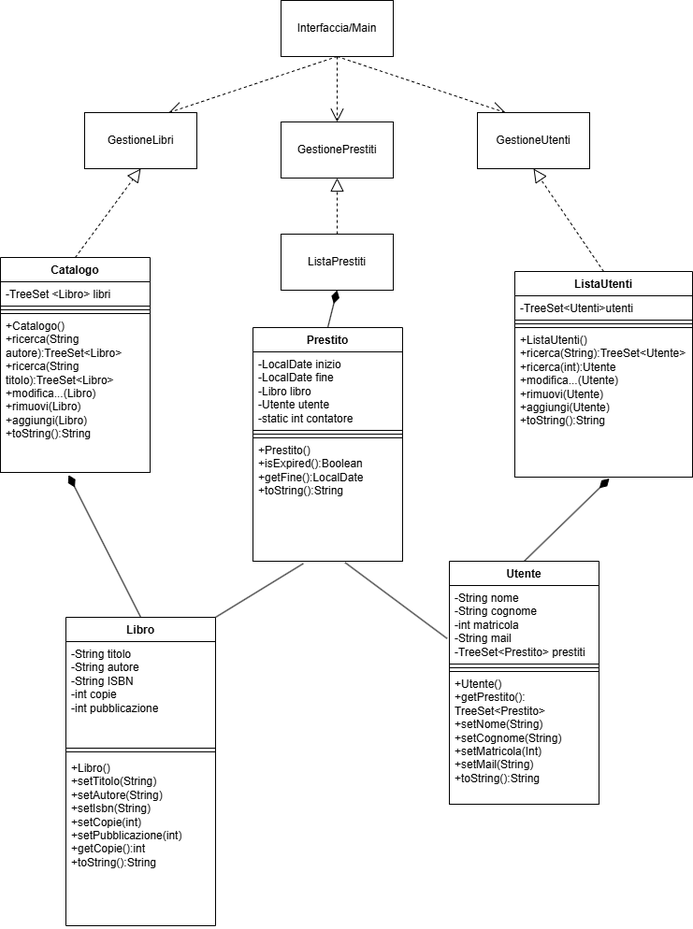
Above: Class_Diagram.drawio .png in doppiaaa/Progetto-Biblioteca-Ingegneria-del-Software (draw.io), before the change. Source tidied: cells renumbered, new cells last; positions are measured from the earlier drawing's top-left corner, leaving out a move shared by most shapes.
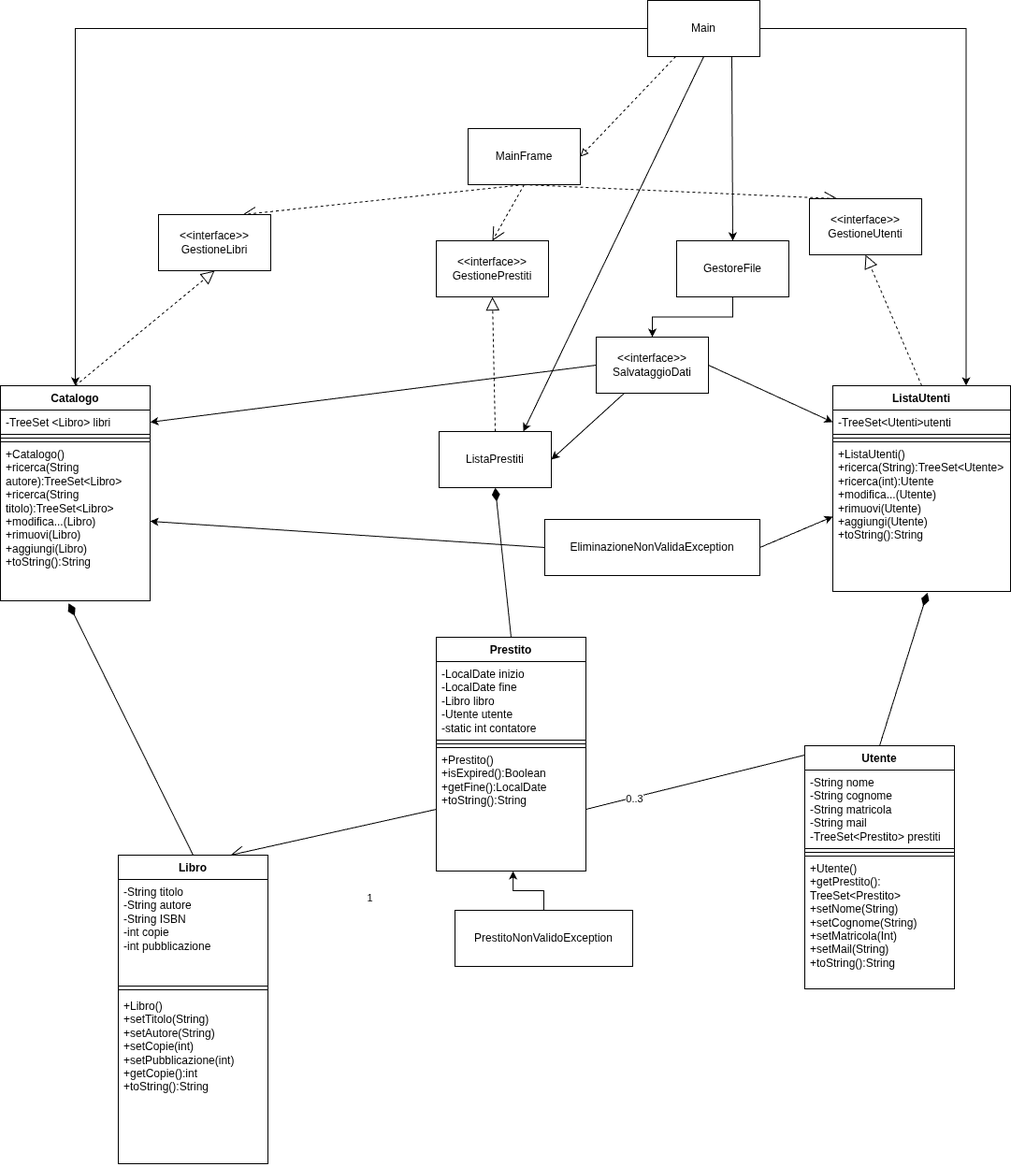
Later version of the same file.

Diff of the diagram source:
```diff
@@ -11,27 +11,42 @@
     <mxCell id="4" style="rounded=0;jettySize=auto;html=1;exitX=0.5;exitY=1;exitDx=0;exitDy=0;entryX=0.25;entryY=0;entryDx=0;entryDy=0;dashed=1;endArrow=open;endFill=0;endSize=12;fontColor=light-dark(#000000,#000000);strokeColor=light-dark(#000000,#000000);" parent="1" edge="1" source="5" target="8">
       <mxGeometry relative="1" as="geometry" />
     </mxCell>
-    <mxCell id="5" value="Interfaccia/Main" style="rounded=0;whiteSpace=wrap;html=1;fontColor=light-dark(#000000,#FFFFFF);strokeColor=light-dark(#000000,#000000);" parent="1" vertex="1">
+    <mxCell id="5" value="MainFrame" style="rounded=0;whiteSpace=wrap;html=1;fontColor=light-dark(#000000,#FFFFFF);strokeColor=light-dark(#000000,#000000);" parent="1" vertex="1">
       <mxGeometry x="300" width="120" height="60" as="geometry" />
     </mxCell>
-    <mxCell id="6" value="GestioneLibri" style="rounded=0;whiteSpace=wrap;html=1;fontColor=light-dark(#000000,#FFFFFF);labelBackgroundColor=default;strokeColor=light-dark(#000000,#000000);" parent="1" vertex="1">
-      <mxGeometry x="90" y="120" width="120" height="60" as="geometry" />
+    <mxCell id="6" value="&amp;lt;&amp;lt;interface&amp;gt;&amp;gt;&lt;div&gt;GestioneLibri&lt;/div&gt;" style="rounded=0;whiteSpace=wrap;html=1;fontColor=light-dark(#000000,#FFFFFF);labelBackgroundColor=default;strokeColor=light-dark(#000000,#000000);" parent="1" vertex="1">
+      <mxGeometry x="-31" y="92" width="120" height="60" as="geometry" />
     </mxCell>
-    <mxCell id="7" value="GestionePrestiti" style="rounded=0;whiteSpace=wrap;html=1;fontColor=light-dark(#000000,#FFFFFF);strokeColor=light-dark(#000000,#000000);" parent="1" vertex="1">
-      <mxGeometry x="300" y="130" width="120" height="60" as="geometry" />
+    <mxCell id="7" value="&amp;lt;&amp;lt;interface&amp;gt;&amp;gt;&lt;div&gt;GestionePrestiti&lt;/div&gt;" style="rounded=0;whiteSpace=wrap;html=1;fontColor=light-dark(#000000,#FFFFFF);strokeColor=light-dark(#000000,#000000);" parent="1" vertex="1">
+      <mxGeometry x="266" y="120" width="120" height="60" as="geometry" />
     </mxCell>
-    <mxCell id="8" value="GestioneUtenti" style="rounded=0;whiteSpace=wrap;html=1;fontColor=light-dark(#000000,#FFFFFF);strokeColor=light-dark(#000000,#000000);" parent="1" vertex="1">
-      <mxGeometry x="510" y="120" width="120" height="60" as="geometry" />
+    <mxCell id="8" value="&amp;lt;&amp;lt;interface&amp;gt;&amp;gt;&lt;div&gt;GestioneUtenti&lt;/div&gt;" style="rounded=0;whiteSpace=wrap;html=1;fontColor=light-dark(#000000,#FFFFFF);strokeColor=light-dark(#000000,#000000);" parent="1" vertex="1">
+      <mxGeometry x="665" y="75" width="120" height="60" as="geometry" />
     </mxCell>
-    <mxCell id="9" style="rounded=0;jettySize=auto;html=1;exitX=1;exitY=0;exitDx=0;exitDy=0;entryX=0.336;entryY=1.019;entryDx=0;entryDy=0;endArrow=none;endFill=0;strokeWidth=1;entryPerimeter=0;fontColor=light-dark(#000000,#000000);strokeColor=light-dark(#000000,#000000);" parent="1" edge="1" source="22" target="33">
+    <mxCell id="9" style="rounded=0;jettySize=auto;html=1;entryX=0.75;entryY=0;entryDx=0;entryDy=0;endArrow=open;endFill=0;strokeWidth=1;fontColor=light-dark(#000000,#000000);strokeColor=light-dark(#000000,#000000);endSize=12;exitX=0;exitY=0.5;exitDx=0;exitDy=0;" parent="1" edge="1" source="33" target="22">
       <mxGeometry relative="1" as="geometry" />
     </mxCell>
+    <mxCell id="38" value="1" style="edgeLabel;html=1;align=center;verticalAlign=middle;" parent="9" vertex="1">
+      <mxGeometry x="-0.7" relative="1" as="geometry">
+        <mxPoint x="-38" y="87" as="offset" />
+      </mxGeometry>
+    </mxCell>
     <mxCell id="10" style="rounded=0;jettySize=auto;html=1;exitX=0.5;exitY=0;exitDx=0;exitDy=0;entryX=0.455;entryY=1.016;entryDx=0;entryDy=0;endArrow=diamondThin;endFill=1;strokeWidth=1;endSize=12;entryPerimeter=0;fontColor=light-dark(#000000,#000000);strokeColor=light-dark(#000000,#000000);" parent="1" edge="1" source="22" target="29">
       <mxGeometry relative="1" as="geometry" />
     </mxCell>
-    <mxCell id="11" style="rounded=0;jettySize=auto;html=1;exitX=-0.015;exitY=0.675;exitDx=0;exitDy=0;entryX=0.616;entryY=1.011;entryDx=0;entryDy=0;endArrow=none;endFill=0;exitPerimeter=0;entryPerimeter=0;fontColor=light-dark(#000000,#000000);strokeColor=light-dark(#000000,#000000);" parent="1" edge="1" source="19" target="33">
+    <mxCell id="11" style="rounded=0;jettySize=auto;html=1;exitX=0.25;exitY=0;exitDx=0;exitDy=0;entryX=1;entryY=0.5;entryDx=0;entryDy=0;endArrow=none;endFill=0;fontColor=light-dark(#000000,#000000);strokeColor=light-dark(#000000,#000000);" parent="1" edge="1" source="18" target="33">
       <mxGeometry relative="1" as="geometry" />
     </mxCell>
+    <mxCell id="39" value="1" style="edgeLabel;html=1;align=center;verticalAlign=middle;" parent="11" vertex="1">
+      <mxGeometry x="-0.69" y="-2" relative="1" as="geometry">
+        <mxPoint x="8" y="-1" as="offset" />
+      </mxGeometry>
+    </mxCell>
+    <mxCell id="40" value="0..3" style="edgeLabel;html=1;align=center;verticalAlign=middle;" parent="11" vertex="1">
+      <mxGeometry x="0.73" y="-2" relative="1" as="geometry">
+        <mxPoint x="16" y="-1" as="offset" />
+      </mxGeometry>
+    </mxCell>
     <mxCell id="12" style="rounded=0;jettySize=auto;html=1;exitX=0.5;exitY=0;exitDx=0;exitDy=0;entryX=0.532;entryY=1.009;entryDx=0;entryDy=0;endArrow=diamondThin;endFill=1;endSize=12;entryPerimeter=0;fontColor=light-dark(#000000,#000000);strokeColor=light-dark(#000000,#000000);" parent="1" edge="1" source="18" target="37">
       <mxGeometry relative="1" as="geometry" />
     </mxCell>
@@ -48,12 +63,12 @@
       <mxGeometry relative="1" as="geometry" />
     </mxCell>
     <mxCell id="17" value="ListaPrestiti" style="rounded=0;whiteSpace=wrap;html=1;fontColor=light-dark(#000000,#FFFFFF);strokeColor=light-dark(#000000,#000000);" parent="1" vertex="1">
-      <mxGeometry x="300" y="250" width="120" height="60" as="geometry" />
+      <mxGeometry x="269" y="324" width="120" height="60" as="geometry" />
     </mxCell>
     <mxCell id="18" value="Utente" style="swimlane;fontStyle=1;align=center;verticalAlign=top;horizontal=1;startSize=26;whiteSpace=wrap;html=1;fontColor=light-dark(#000000,#FFFFFF);strokeColor=light-dark(#000000,#000000);" parent="1" vertex="1">
-      <mxGeometry x="480" y="600" width="160" height="260" as="geometry" />
+      <mxGeometry x="660" y="660" width="160" height="260" as="geometry" />
     </mxCell>
-    <mxCell id="19" value="-String nome&lt;div&gt;-String cognome&lt;/div&gt;&lt;div&gt;-int matricola&lt;/div&gt;&lt;div&gt;-String mail&lt;/div&gt;&lt;div&gt;-TreeSet&amp;lt;Prestito&amp;gt; prestiti&lt;/div&gt;&lt;div&gt;&lt;br&gt;&lt;/div&gt;" style="text;strokeColor=light-dark(#000000,#000000);fillColor=none;align=left;verticalAlign=top;spacingLeft=4;spacingRight=4;overflow=hidden;points=[[0,0.5],[1,0.5]];portConstraint=eastwest;whiteSpace=wrap;html=1;fontColor=light-dark(#000000,#000000);" parent="18" vertex="1">
+    <mxCell id="19" value="-String nome&lt;div&gt;-String cognome&lt;/div&gt;&lt;div&gt;-String matricola&lt;/div&gt;&lt;div&gt;-String mail&lt;/div&gt;&lt;div&gt;-TreeSet&amp;lt;Prestito&amp;gt; prestiti&lt;/div&gt;&lt;div&gt;&lt;br&gt;&lt;/div&gt;" style="text;strokeColor=light-dark(#000000,#000000);fillColor=none;align=left;verticalAlign=top;spacingLeft=4;spacingRight=4;overflow=hidden;points=[[0,0.5],[1,0.5]];portConstraint=eastwest;whiteSpace=wrap;html=1;fontColor=light-dark(#000000,#000000);" parent="18" vertex="1">
       <mxGeometry y="26" width="160" height="84" as="geometry" />
     </mxCell>
     <mxCell id="20" style="line;strokeWidth=1;fillColor=none;align=left;verticalAlign=middle;spacingTop=-1;spacingLeft=3;spacingRight=3;labelPosition=right;strokeColor=light-dark(#000000,#000000);fontColor=light-dark(#000000,#000000);" parent="18" vertex="1">
@@ -63,7 +78,7 @@
       <mxGeometry y="118" width="160" height="142" as="geometry" />
     </mxCell>
     <mxCell id="22" value="Libro" style="swimlane;fontStyle=1;align=center;verticalAlign=top;horizontal=1;startSize=26;whiteSpace=wrap;html=1;" parent="1" vertex="1">
-      <mxGeometry x="70" y="660" width="160" height="330" as="geometry" />
+      <mxGeometry x="-74" y="777" width="160" height="330" as="geometry" />
     </mxCell>
     <mxCell id="23" value="-String titolo&lt;div&gt;-String autore&lt;/div&gt;&lt;div&gt;-String ISBN&lt;/div&gt;&lt;div&gt;-int copie&lt;/div&gt;&lt;div&gt;-int pubblicazione&lt;/div&gt;&lt;div&gt;&lt;br&gt;&lt;/div&gt;" style="text;strokeColor=light-dark(#000000,#000000);fillColor=none;align=left;verticalAlign=top;spacingLeft=4;spacingRight=4;overflow=hidden;whiteSpace=wrap;html=1;fontColor=light-dark(#000000,#000000);" parent="22" vertex="1">
       <mxGeometry y="26" width="160" height="114" as="geometry" />
@@ -71,11 +86,11 @@
     <mxCell id="24" style="line;strokeWidth=1;fillColor=none;align=left;verticalAlign=middle;spacingTop=-1;spacingLeft=3;spacingRight=3;labelPosition=right;strokeColor=light-dark(#000000,#000000);fontColor=light-dark(#000000,#000000);" parent="22" vertex="1">
       <mxGeometry y="140" width="160" height="8" as="geometry" />
     </mxCell>
-    <mxCell id="25" value="+Libro()&lt;div&gt;+setTitolo(String)&lt;/div&gt;&lt;div&gt;+setAutore(String)&lt;/div&gt;&lt;div&gt;+setIsbn(String)&lt;br&gt;&lt;div&gt;+setCopie(int)&lt;/div&gt;&lt;div&gt;+setPubblicazione(int)&lt;/div&gt;&lt;/div&gt;&lt;div&gt;+getCopie():int&lt;/div&gt;&lt;div&gt;+toString():String&lt;/div&gt;" style="text;strokeColor=none;fillColor=none;align=left;verticalAlign=top;spacingLeft=4;spacingRight=4;overflow=hidden;whiteSpace=wrap;html=1;" parent="22" vertex="1">
+    <mxCell id="25" value="+Libro()&lt;div&gt;+setTitolo(String)&lt;/div&gt;&lt;div&gt;+setAutore(String)&lt;/div&gt;&lt;div&gt;&lt;div&gt;+setCopie(int)&lt;/div&gt;&lt;div&gt;+setPubblicazione(int)&lt;/div&gt;&lt;/div&gt;&lt;div&gt;+getCopie():int&lt;/div&gt;&lt;div&gt;+toString():String&lt;/div&gt;" style="text;align=left;verticalAlign=top;spacingLeft=4;spacingRight=4;overflow=hidden;whiteSpace=wrap;html=1;fontColor=light-dark(#000000,#000000);" parent="22" vertex="1">
       <mxGeometry y="148" width="160" height="182" as="geometry" />
     </mxCell>
     <mxCell id="26" value="Catalogo" style="swimlane;fontStyle=1;align=center;verticalAlign=top;horizontal=1;startSize=26;whiteSpace=wrap;html=1;fontColor=light-dark(#000000,#FFFFFF);strokeColor=light-dark(#000000,#000000);" parent="1" vertex="1">
-      <mxGeometry y="275" width="160" height="230" as="geometry" />
+      <mxGeometry x="-200" y="275" width="160" height="230" as="geometry" />
     </mxCell>
     <mxCell id="27" value="-TreeSet &amp;lt;Libro&amp;gt; libri" style="text;strokeColor=light-dark(#000000,#000000);fillColor=none;align=left;verticalAlign=top;spacingLeft=4;spacingRight=4;overflow=hidden;points=[[0,0.5],[1,0.5]];portConstraint=eastwest;whiteSpace=wrap;html=1;fontColor=light-dark(#000000,#000000);" parent="26" vertex="1">
       <mxGeometry y="26" width="160" height="26" as="geometry" />
@@ -87,7 +102,7 @@
       <mxGeometry y="60" width="160" height="170" as="geometry" />
     </mxCell>
     <mxCell id="30" value="Prestito" style="swimlane;fontStyle=1;align=center;verticalAlign=top;horizontal=1;startSize=26;whiteSpace=wrap;html=1;fontColor=light-dark(#000000,#FFFFFF);swimlaneFillColor=none;strokeColor=light-dark(#000000,#000000);" parent="1" vertex="1">
-      <mxGeometry x="270" y="350" width="160" height="250" as="geometry" />
+      <mxGeometry x="266" y="544" width="160" height="250" as="geometry" />
     </mxCell>
     <mxCell id="31" value="-LocalDate inizio&lt;div&gt;-LocalDate fine&lt;/div&gt;&lt;div&gt;-Libro libro&lt;/div&gt;&lt;div&gt;-Utente utente&lt;/div&gt;&lt;div&gt;-static int contatore&lt;/div&gt;" style="text;strokeColor=light-dark(#000000,#000000);fillColor=none;align=left;verticalAlign=top;spacingLeft=4;spacingRight=4;overflow=hidden;whiteSpace=wrap;html=1;fontColor=light-dark(#000000,#000000);swimlaneFillColor=none;" parent="30" vertex="1">
       <mxGeometry y="26" width="160" height="84" as="geometry" />
@@ -99,7 +114,7 @@
       <mxGeometry y="118" width="160" height="132" as="geometry" />
     </mxCell>
     <mxCell id="34" value="ListaUtenti" style="swimlane;fontStyle=1;align=center;verticalAlign=top;horizontal=1;startSize=26;whiteSpace=wrap;html=1;fontColor=light-dark(#000000,#FFFFFF);strokeColor=light-dark(#000000,#000000);" parent="1" vertex="1">
-      <mxGeometry x="550" y="290" width="190" height="220" as="geometry" />
+      <mxGeometry x="690" y="275" width="190" height="220" as="geometry" />
     </mxCell>
     <mxCell id="35" value="-TreeSet&amp;lt;Utenti&amp;gt;utenti" style="text;strokeColor=light-dark(#000000,#000000);fillColor=none;align=left;verticalAlign=top;spacingLeft=4;spacingRight=4;overflow=hidden;points=[[0,0.5],[1,0.5]];portConstraint=eastwest;whiteSpace=wrap;html=1;fontColor=light-dark(#000000,#000000);" parent="34" vertex="1">
       <mxGeometry y="26" width="190" height="26" as="geometry" />
@@ -110,5 +125,56 @@
     <mxCell id="37" value="+ListaUtenti()&lt;div&gt;+ricerca(String):TreeSet&amp;lt;Utente&amp;gt;&lt;/div&gt;&lt;div&gt;+ricerca(int):Utente&lt;/div&gt;&lt;div&gt;&lt;div&gt;+modifica...(Utente)&lt;/div&gt;&lt;div&gt;+rimuovi(Utente)&lt;/div&gt;&lt;div&gt;+aggiungi(Utente)&lt;/div&gt;&lt;div&gt;+toString():String&lt;/div&gt;&lt;div&gt;&lt;br&gt;&lt;/div&gt;&lt;/div&gt;" style="text;strokeColor=light-dark(#000000,#000000);fillColor=none;align=left;verticalAlign=top;spacingLeft=4;spacingRight=4;overflow=hidden;points=[[0,0.5],[1,0.5]];portConstraint=eastwest;whiteSpace=wrap;html=1;fontColor=light-dark(#000000,#000000);" parent="34" vertex="1">
       <mxGeometry y="60" width="190" height="160" as="geometry" />
     </mxCell>
+    <mxCell id="41" style="rounded=0;jettySize=auto;html=1;exitX=0.25;exitY=1;exitDx=0;exitDy=0;entryX=1;entryY=0.5;entryDx=0;entryDy=0;strokeColor=light-dark(#000000,#000000);dashed=1;endArrow=block;endFill=0;" parent="1" edge="1" source="46" target="5">
+      <mxGeometry relative="1" as="geometry" />
+    </mxCell>
+    <mxCell id="42" style="rounded=0;jettySize=auto;html=1;exitX=0.75;exitY=1;exitDx=0;exitDy=0;entryX=0.5;entryY=0;entryDx=0;entryDy=0;strokeColor=light-dark(#000000,#000000);" parent="1" edge="1" source="46" target="48">
+      <mxGeometry relative="1" as="geometry" />
+    </mxCell>
+    <mxCell id="43" style="edgeStyle=orthogonalEdgeStyle;rounded=0;jettySize=auto;html=1;exitX=0;exitY=0.5;exitDx=0;exitDy=0;entryX=0.5;entryY=0;entryDx=0;entryDy=0;strokeColor=light-dark(#000000,#000000);" parent="1" edge="1" source="46" target="26">
+      <mxGeometry relative="1" as="geometry" />
+    </mxCell>
+    <mxCell id="44" style="edgeStyle=orthogonalEdgeStyle;rounded=0;jettySize=auto;html=1;exitX=1;exitY=0.5;exitDx=0;exitDy=0;entryX=0.75;entryY=0;entryDx=0;entryDy=0;strokeColor=light-dark(#000000,#000000);" parent="1" edge="1" source="46" target="34">
+      <mxGeometry relative="1" as="geometry" />
+    </mxCell>
+    <mxCell id="45" style="rounded=0;jettySize=auto;html=1;exitX=0.5;exitY=1;exitDx=0;exitDy=0;entryX=0.75;entryY=0;entryDx=0;entryDy=0;strokeColor=light-dark(#000000,#000000);" parent="1" edge="1" source="46" target="17">
+      <mxGeometry relative="1" as="geometry" />
+    </mxCell>
+    <mxCell id="46" value="Main" style="rounded=0;whiteSpace=wrap;html=1;" parent="1" vertex="1">
+      <mxGeometry x="492" y="-137" width="120" height="60" as="geometry" />
+    </mxCell>
+    <mxCell id="47" style="edgeStyle=orthogonalEdgeStyle;rounded=0;jettySize=auto;html=1;exitX=0.5;exitY=1;exitDx=0;exitDy=0;entryX=0.5;entryY=0;entryDx=0;entryDy=0;strokeColor=light-dark(#000000,#000000);" parent="1" edge="1" source="48" target="52">
+      <mxGeometry relative="1" as="geometry" />
+    </mxCell>
+    <mxCell id="48" value="GestoreFile" style="rounded=0;whiteSpace=wrap;html=1;" parent="1" vertex="1">
+      <mxGeometry x="523" y="120" width="120" height="60" as="geometry" />
+    </mxCell>
+    <mxCell id="49" style="rounded=0;jettySize=auto;html=1;exitX=0;exitY=0.5;exitDx=0;exitDy=0;entryX=1;entryY=0.5;entryDx=0;entryDy=0;strokeColor=light-dark(#000000,#000000);" parent="1" edge="1" source="52" target="27">
+      <mxGeometry relative="1" as="geometry" />
+    </mxCell>
+    <mxCell id="50" style="rounded=0;jettySize=auto;html=1;exitX=0.25;exitY=1;exitDx=0;exitDy=0;entryX=1;entryY=0.5;entryDx=0;entryDy=0;strokeColor=light-dark(#000000,#000000);" parent="1" edge="1" source="52" target="17">
+      <mxGeometry relative="1" as="geometry" />
+    </mxCell>
+    <mxCell id="51" style="rounded=0;jettySize=auto;html=1;exitX=1;exitY=0.5;exitDx=0;exitDy=0;entryX=0;entryY=0.5;entryDx=0;entryDy=0;strokeColor=light-dark(#000000,#000000);" parent="1" edge="1" source="52" target="35">
+      <mxGeometry relative="1" as="geometry" />
+    </mxCell>
+    <mxCell id="52" value="&amp;lt;&amp;lt;interface&amp;gt;&amp;gt;&lt;div&gt;SalvataggioDati&lt;/div&gt;" style="rounded=0;whiteSpace=wrap;html=1;" parent="1" vertex="1">
+      <mxGeometry x="437" y="223" width="120" height="60" as="geometry" />
+    </mxCell>
+    <mxCell id="53" value="PrestitoNonValidoException" style="rounded=0;whiteSpace=wrap;html=1;" parent="1" vertex="1">
+      <mxGeometry x="286" y="836" width="190" height="60" as="geometry" />
+    </mxCell>
+    <mxCell id="54" style="rounded=0;jettySize=auto;html=1;exitX=1;exitY=0.5;exitDx=0;exitDy=0;entryX=0;entryY=0.5;entryDx=0;entryDy=0;strokeColor=light-dark(#000000,#000000);" parent="1" edge="1" source="56" target="37">
+      <mxGeometry relative="1" as="geometry" />
+    </mxCell>
+    <mxCell id="55" style="rounded=0;jettySize=auto;html=1;exitX=0;exitY=0.5;exitDx=0;exitDy=0;entryX=1;entryY=0.5;entryDx=0;entryDy=0;strokeColor=light-dark(#000000,#000000);" parent="1" edge="1" source="56" target="29">
+      <mxGeometry relative="1" as="geometry" />
+    </mxCell>
+    <mxCell id="56" value="EliminazioneNonValidaException" style="rounded=0;whiteSpace=wrap;html=1;" parent="1" vertex="1">
+      <mxGeometry x="382" y="418" width="230" height="60" as="geometry" />
+    </mxCell>
+    <mxCell id="57" style="edgeStyle=orthogonalEdgeStyle;rounded=0;jettySize=auto;html=1;exitX=0.5;exitY=0;exitDx=0;exitDy=0;entryX=0.513;entryY=1;entryDx=0;entryDy=0;entryPerimeter=0;strokeColor=light-dark(#000000,#000000);" parent="1" edge="1" source="53" target="33">
+      <mxGeometry relative="1" as="geometry" />
+    </mxCell>
   </root>
 </mxGraphModel>
```
